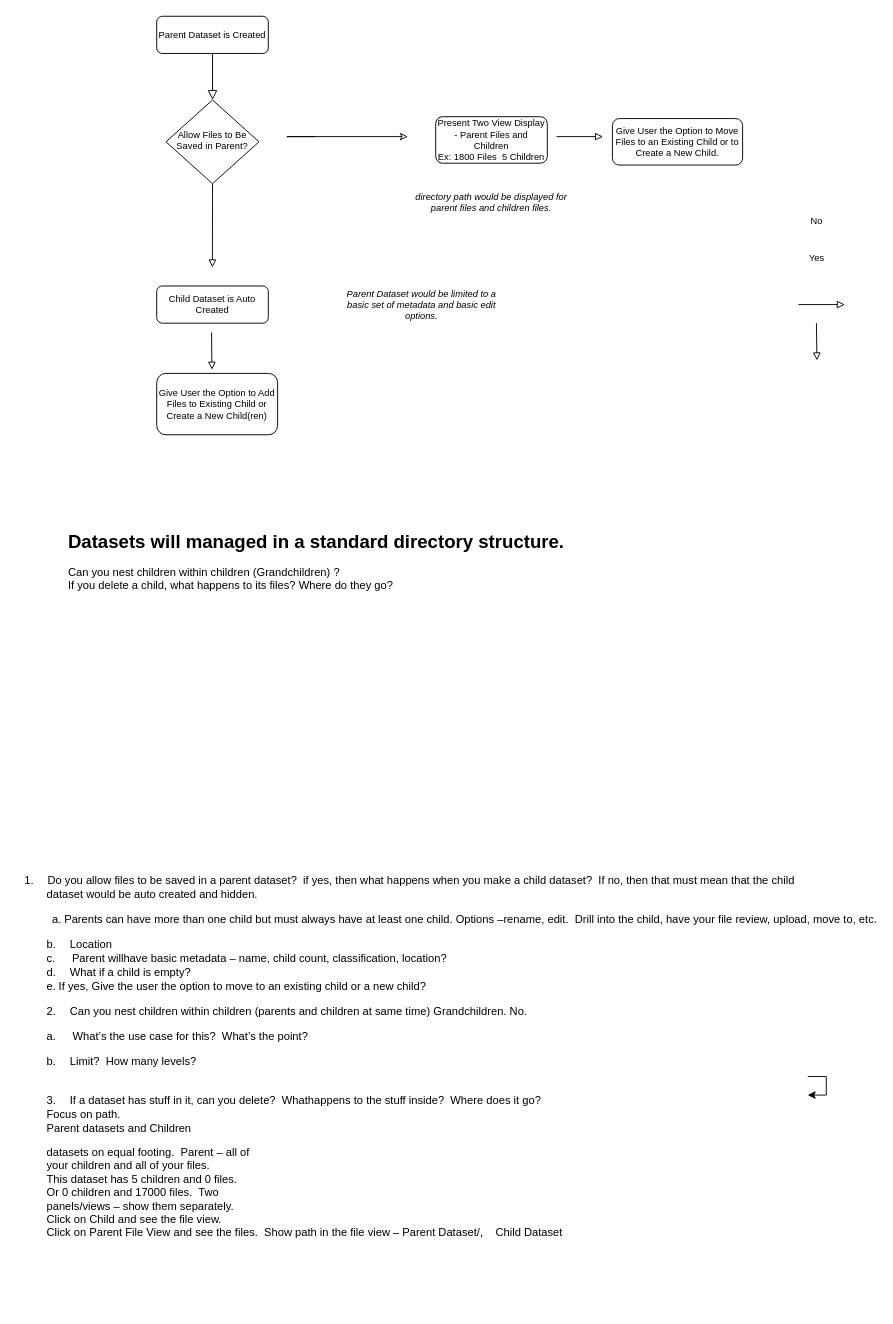
This is Drawings/IMA Process/ParentChild.drawio from RMSLowside/rmslow, a draw.io file, before an edit. Source tidied: cells renumbered, new cells numbered last; positions are measured from the earlier drawing's top-left corner, leaving out a move shared by most shapes. Both pictures are drawn from the tidied source at 93%, with x=0, y=0 at pixel (45, 16).
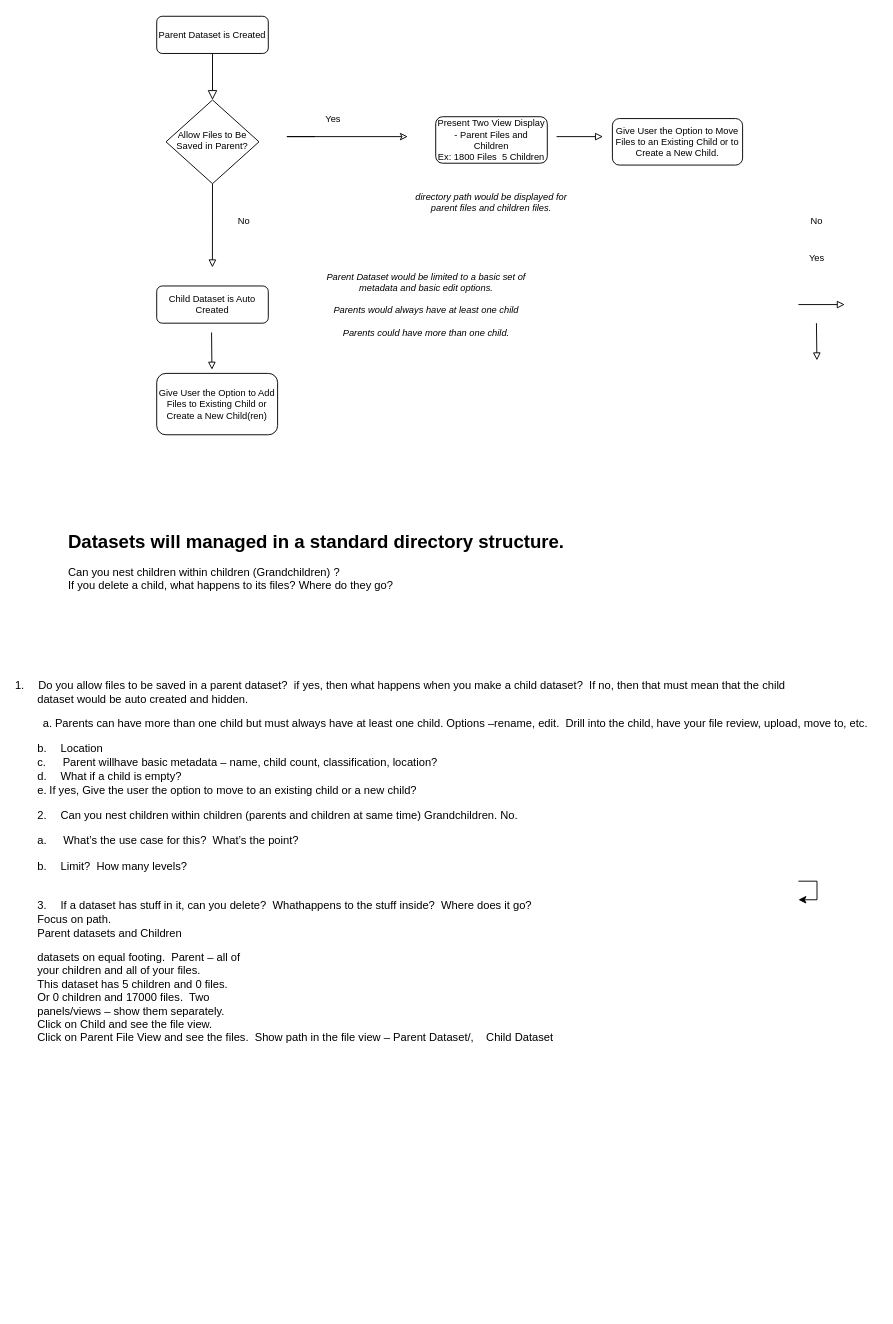
The same page after the edit.

Change to the diagram source:
```diff
@@
     <mxCell id="8" value="&lt;p class=&quot;MsoListParagraphCxSpFirst&quot; style=&quot;text-indent: -0.25in ; font-size: 12px&quot;&gt;&lt;font style=&quot;font-size: 12px&quot;&gt;&lt;span style=&quot;line-height: 107% ; font-family: &amp;#34;calibri light&amp;#34; , sans-serif&quot;&gt;1.&lt;span style=&quot;font-stretch: normal ; line-height: normal ; font-family: &amp;#34;times new roman&amp;#34;&quot;&gt;&amp;nbsp;&amp;nbsp;&amp;nbsp;&amp;nbsp;&amp;nbsp;&lt;/span&gt;&lt;/span&gt;&lt;span style=&quot;line-height: 107% ; font-family: &amp;#34;calibri light&amp;#34; , sans-serif&quot;&gt;Do you allow files to be saved in a parent dataset?&amp;nbsp; if&amp;nbsp;yes, then what happens when you make a child dataset?&amp;nbsp; If no, then that must mean that the child&lt;br&gt;dataset would be auto created and hidden.&amp;nbsp;&lt;/span&gt;&lt;/font&gt;&lt;/p&gt;&lt;p class=&quot;MsoListParagraphCxSpFirst&quot; style=&quot;text-indent: -0.25in ; font-size: 12px&quot;&gt;&lt;span style=&quot;font-family: &amp;#34;calibri light&amp;#34; , sans-serif ; text-indent: -0.25in&quot;&gt;&amp;nbsp; &amp;nbsp; &amp;nbsp; &amp;nbsp; &amp;nbsp;a.&lt;/span&gt;&lt;span style=&quot;text-indent: -0.25in ; font-stretch: normal ; line-height: normal ; font-family: &amp;#34;times new roman&amp;#34;&quot;&gt;&amp;nbsp;&lt;/span&gt;&lt;span style=&quot;font-family: &amp;#34;calibri light&amp;#34; , sans-serif ; text-indent: -0.25in&quot;&gt;Parents can&amp;nbsp;&lt;/span&gt;&lt;span style=&quot;font-family: &amp;#34;calibri light&amp;#34; , sans-serif ; text-indent: -0.25in&quot;&gt;have more than one child but must always have at least one child. Options –&lt;/span&gt;&lt;span style=&quot;font-family: &amp;#34;calibri light&amp;#34; , sans-serif ; text-indent: -0.25in&quot;&gt;rename, edit.&amp;nbsp; Drill into the child, have&amp;nbsp;&lt;/span&gt;&lt;span style=&quot;font-family: &amp;#34;calibri light&amp;#34; , sans-serif ; text-indent: -0.25in&quot;&gt;your file review, upload, move to, etc.&lt;/span&gt;&lt;/p&gt;&lt;span style=&quot;font-family: &amp;#34;calibri light&amp;#34; , sans-serif ; font-size: 12px ; text-indent: -0.25in&quot;&gt;b.&lt;/span&gt;&lt;span style=&quot;font-size: 12px ; text-indent: -0.25in ; font-stretch: normal ; line-height: normal ; font-family: &amp;#34;times new roman&amp;#34;&quot;&gt;&amp;nbsp; &amp;nbsp; &amp;nbsp;&lt;span style=&quot;font-family: &amp;#34;calibri light&amp;#34; , sans-serif ; text-indent: -0.25in&quot;&gt;Location&lt;/span&gt;&lt;/span&gt;&lt;br&gt;&lt;span style=&quot;font-family: &amp;#34;calibri light&amp;#34; , sans-serif ; font-size: 12px ; text-indent: -0.25in&quot;&gt;c.&lt;/span&gt;&lt;span style=&quot;font-size: 12px ; text-indent: -0.25in ; font-stretch: normal ; line-height: normal ; font-family: &amp;#34;times new roman&amp;#34;&quot;&gt;&amp;nbsp; &amp;nbsp; &amp;nbsp;&amp;nbsp;&lt;span style=&quot;font-family: &amp;#34;calibri light&amp;#34; , sans-serif ; text-indent: -0.25in&quot;&gt;Parent will&lt;/span&gt;&lt;span style=&quot;font-family: &amp;#34;calibri light&amp;#34; , sans-serif ; text-indent: -0.25in&quot;&gt;have basic metadata – name, child count, classification, location?&lt;/span&gt;&lt;/span&gt;&lt;br&gt;&lt;span style=&quot;font-family: &amp;#34;calibri light&amp;#34; , sans-serif ; font-size: 12px ; text-indent: -0.25in&quot;&gt;d.&lt;/span&gt;&lt;span style=&quot;font-size: 12px ; text-indent: -0.25in ; font-stretch: normal ; line-height: normal ; font-family: &amp;#34;times new roman&amp;#34;&quot;&gt;&amp;nbsp; &amp;nbsp; &amp;nbsp;&lt;span style=&quot;font-family: &amp;#34;calibri light&amp;#34; , sans-serif ; text-indent: -0.25in&quot;&gt;What if a&amp;nbsp;&lt;/span&gt;&lt;span style=&quot;font-family: &amp;#34;calibri light&amp;#34; , sans-serif ; text-indent: -0.25in&quot;&gt;child is empty?&lt;br&gt;&lt;/span&gt;&lt;span style=&quot;text-indent: -0.25in ; line-height: 107% ; font-family: &amp;#34;calibri light&amp;#34; , sans-serif&quot;&gt;e.&lt;span style=&quot;font-stretch: normal ; line-height: normal ; font-family: &amp;#34;times new roman&amp;#34;&quot;&gt;&amp;nbsp;&lt;/span&gt;&lt;/span&gt;&lt;span style=&quot;text-indent: -0.25in ; line-height: 107% ; font-family: &amp;#34;calibri light&amp;#34; , sans-serif&quot;&gt;If yes, Give the user the option to move to an existing child or a new child?&lt;/span&gt;&lt;span style=&quot;font-family: &amp;#34;calibri light&amp;#34; , sans-serif ; text-indent: -0.25in&quot;&gt;&lt;br&gt;&lt;/span&gt;&lt;/span&gt;&lt;br&gt;&lt;span style=&quot;font-family: &amp;#34;calibri light&amp;#34; , sans-serif ; font-size: 12px ; text-indent: -0.25in&quot;&gt;2.&lt;/span&gt;&lt;span style=&quot;font-size: 12px ; text-indent: -0.25in ; font-stretch: normal ; line-height: normal ; font-family: &amp;#34;times new roman&amp;#34;&quot;&gt;&amp;nbsp; &amp;nbsp; &amp;nbsp;&lt;span style=&quot;font-family: &amp;#34;calibri light&amp;#34; , sans-serif ; text-indent: -0.25in&quot;&gt;Can you nest&amp;nbsp;&lt;/span&gt;&lt;span style=&quot;font-family: &amp;#34;calibri light&amp;#34; , sans-serif ; text-indent: -0.25in&quot;&gt;children within children (parents and children at same time) Grandchildren. No.&lt;/span&gt;&lt;span style=&quot;font-family: &amp;#34;calibri light&amp;#34; , sans-serif ; text-indent: -0.25in&quot;&gt;&lt;br&gt;&lt;/span&gt;&lt;/span&gt;&lt;br&gt;&lt;span style=&quot;font-family: &amp;#34;calibri light&amp;#34; , sans-serif ; font-size: 12px ; text-indent: -0.25in&quot;&gt;a.&lt;/span&gt;&lt;span style=&quot;font-size: 12px ; text-indent: -0.25in ; font-stretch: normal ; line-height: normal ; font-family: &amp;#34;times new roman&amp;#34;&quot;&gt;&amp;nbsp; &amp;nbsp; &amp;nbsp;&amp;nbsp;&lt;span style=&quot;font-family: &amp;#34;calibri light&amp;#34; , sans-serif ; text-indent: -0.25in&quot;&gt;What’s the&amp;nbsp;&lt;/span&gt;&lt;span style=&quot;font-family: &amp;#34;calibri light&amp;#34; , sans-serif ; text-indent: -0.25in&quot;&gt;use case for this? &amp;nbsp;What’s the point?&lt;/span&gt;&lt;span style=&quot;font-family: &amp;#34;calibri light&amp;#34; , sans-serif ; text-indent: -0.25in&quot;&gt;&lt;br&gt;&lt;/span&gt;&lt;/span&gt;&lt;br&gt;&lt;span style=&quot;font-family: &amp;#34;calibri light&amp;#34; , sans-serif ; font-size: 12px ; text-indent: -0.25in&quot;&gt;b.&lt;/span&gt;&lt;span style=&quot;font-size: 12px ; text-indent: -0.25in ; font-stretch: normal ; line-height: normal ; font-family: &amp;#34;times new roman&amp;#34;&quot;&gt;&amp;nbsp; &amp;nbsp; &amp;nbsp;&lt;span style=&quot;font-family: &amp;#34;calibri light&amp;#34; , sans-serif ; text-indent: -0.25in&quot;&gt;Limit?&amp;nbsp; How many levels?&lt;/span&gt;&lt;br&gt;&lt;/span&gt;&lt;br&gt;&lt;span style=&quot;font-size: 12px ; text-indent: -0.25in ; font-stretch: normal ; line-height: normal ; font-family: &amp;#34;times new roman&amp;#34;&quot;&gt;&amp;nbsp; &amp;nbsp; &amp;nbsp;&amp;nbsp;&lt;span style=&quot;font-family: &amp;#34;calibri light&amp;#34; , sans-serif ; text-indent: -0.25in&quot;&gt;&amp;nbsp;&lt;/span&gt;&lt;br&gt;&lt;/span&gt;&lt;span style=&quot;font-family: &amp;#34;calibri light&amp;#34; , sans-serif ; font-size: 12px ; text-indent: -0.25in&quot;&gt;3.&lt;/span&gt;&lt;span style=&quot;font-size: 12px ; text-indent: -0.25in ; font-stretch: normal ; line-height: normal ; font-family: &amp;#34;times new roman&amp;#34;&quot;&gt;&amp;nbsp; &amp;nbsp; &amp;nbsp;&lt;span style=&quot;font-family: &amp;#34;calibri light&amp;#34; , sans-serif ; text-indent: -0.25in&quot;&gt;If a dataset&amp;nbsp;&lt;/span&gt;&lt;span style=&quot;font-family: &amp;#34;calibri light&amp;#34; , sans-serif ; text-indent: -0.25in&quot;&gt;has stuff in it, can you delete?&amp;nbsp; What&lt;/span&gt;&lt;span style=&quot;font-family: &amp;#34;calibri light&amp;#34; , sans-serif ; text-indent: -0.25in&quot;&gt;happens to the stuff inside?&amp;nbsp; Where does i&lt;/span&gt;&lt;span style=&quot;font-family: &amp;#34;calibri light&amp;#34; , sans-serif ; text-indent: -0.25in&quot;&gt;t go?&lt;/span&gt;&lt;span style=&quot;font-family: &amp;#34;calibri light&amp;#34; , sans-serif&quot;&gt;&amp;nbsp;&lt;/span&gt;&lt;span style=&quot;font-family: &amp;#34;calibri light&amp;#34; , sans-serif ; text-indent: -0.25in&quot;&gt;&lt;br&gt;&lt;/span&gt;&lt;/span&gt;&lt;span style=&quot;font-size: 12px ; font-family: &amp;#34;calibri light&amp;#34; , sans-serif&quot;&gt;Focus on path.&lt;/span&gt;&lt;br&gt;&lt;span style=&quot;font-size: 12px ; font-family: &amp;#34;calibri light&amp;#34; , sans-serif&quot;&gt;Parent datasets and Children&lt;/span&gt;&lt;br&gt;&lt;p class=&quot;MsoNormal&quot; style=&quot;font-size: 12px&quot;&gt;&lt;span style=&quot;line-height: 107% ; font-family: &amp;#34;calibri light&amp;#34; , sans-serif&quot;&gt;&lt;font style=&quot;font-size: 12px&quot;&gt;datasets on equal footing.&amp;nbsp; Parent – all of&lt;br&gt;your children and all of your files.&amp;nbsp;&lt;br&gt;This dataset has 5 children and 0 files.&amp;nbsp;&lt;br&gt;Or 0 children and 17000 files.&amp;nbsp; Two&lt;br&gt;panels/views – show them separately.&amp;nbsp;&amp;nbsp;&lt;br&gt;Click on Child and see the file view.&amp;nbsp;&lt;br&gt;Click on Parent File View and see the files.&amp;nbsp; Show path in the file view – Parent Dataset/,&amp;nbsp;&amp;nbsp;&amp;nbsp; Child Dataset&amp;nbsp;&amp;nbsp; &lt;/font&gt;&lt;/span&gt;&lt;/p&gt;&lt;br&gt;&lt;br&gt;&lt;p class=&quot;MsoListParagraph&quot; style=&quot;font-size: 12px&quot;&gt;&lt;span style=&quot;line-height: 107% ; font-family: &amp;#34;calibri light&amp;#34; , sans-serif&quot;&gt;&lt;font style=&quot;font-size: 12px&quot;&gt;&amp;nbsp;&lt;/font&gt;&lt;/span&gt;&lt;/p&gt;" style="text;html=1;align=left;verticalAlign=middle;points=[];fillColor=none;strokeColor=none;rounded=0;fontSize=10;" parent="1" vertex="1">
-      <mxGeometry y="920" width="820" height="460" as="geometry" />
+      <mxGeometry x="-10" y="710" width="820" height="460" as="geometry" />
     </mxCell>
@@
-    <mxCell id="20" value="Parent Dataset would be limited to a basic set of metadata and basic edit options." style="text;html=1;strokeColor=none;fillColor=none;align=center;verticalAlign=middle;whiteSpace=wrap;rounded=0;fontSize=10;fontStyle=2;" parent="1" vertex="1">
-      <mxGeometry x="320" y="290" width="170" height="40" as="geometry" />
+    <mxCell id="20" value="Parent Dataset would be limited to a basic set of metadata and basic edit options.&lt;br&gt;&lt;br&gt;Parents would always have at least one child&lt;br&gt;&lt;br&gt;Parents could have more than one child." style="text;html=1;strokeColor=none;fillColor=none;align=center;verticalAlign=middle;whiteSpace=wrap;rounded=0;fontSize=10;fontStyle=2;" parent="1" vertex="1">
+      <mxGeometry x="290" y="290" width="240" height="40" as="geometry" />
     </mxCell>
@@
+    <mxCell id="22" value="No" style="text;html=1;strokeColor=none;fillColor=none;align=center;verticalAlign=middle;whiteSpace=wrap;rounded=0;fontSize=10;" parent="1" vertex="1">
+      <mxGeometry x="194" y="210" width="40" height="20" as="geometry" />
+    </mxCell>
+    <mxCell id="23" value="Yes" style="text;html=1;strokeColor=none;fillColor=none;align=center;verticalAlign=middle;whiteSpace=wrap;rounded=0;fontSize=10;" parent="1" vertex="1">
+      <mxGeometry x="290" y="100" width="40" height="20" as="geometry" />
+    </mxCell>
```
